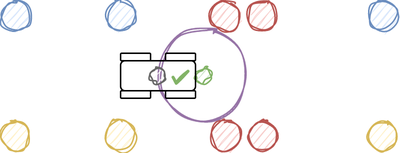
Earlier version of the draw.io export img/Path_Planner_Start_Finish_Detector_2.png (Beomar97/path-planning-docs). Source tidied: cells renumbered, new cells last; positions are measured from the earlier drawing's top-left corner, leaving out a move shared by most shapes. Source of this version:
```xml
<mxGraphModel>
  <root>
    <mxCell id="0" />
    <mxCell id="1" parent="0" />
    <mxCell id="2" style="ellipse;whiteSpace=wrap;html=1;sketch=1;fillColor=#dae8fc;strokeColor=#6c8ebf;fontFamily=Helvetica;" parent="1" vertex="1">
      <mxGeometry x="245" width="20" height="20" as="geometry" />
    </mxCell>
    <mxCell id="3" style="ellipse;whiteSpace=wrap;html=1;sketch=1;fillColor=#fff2cc;strokeColor=#d6b656;fontFamily=Helvetica;" parent="1" vertex="1">
      <mxGeometry x="245" y="80" width="20" height="20" as="geometry" />
    </mxCell>
    <mxCell id="4" style="ellipse;whiteSpace=wrap;html=1;sketch=1;fillColor=#f8cecc;strokeColor=#b85450;fontFamily=Helvetica;" parent="1" vertex="1">
      <mxGeometry x="165" width="20" height="20" as="geometry" />
    </mxCell>
    <mxCell id="5" style="ellipse;whiteSpace=wrap;html=1;sketch=1;fillColor=#f8cecc;strokeColor=#b85450;fontFamily=Helvetica;" parent="1" vertex="1">
      <mxGeometry x="165" y="80" width="20" height="20" as="geometry" />
    </mxCell>
    <mxCell id="6" style="ellipse;whiteSpace=wrap;html=1;sketch=1;fillColor=#f8cecc;strokeColor=#b85450;fontFamily=Helvetica;" parent="1" vertex="1">
      <mxGeometry x="140" width="20" height="20" as="geometry" />
    </mxCell>
    <mxCell id="7" style="ellipse;whiteSpace=wrap;html=1;sketch=1;fillColor=#f8cecc;strokeColor=#b85450;fontFamily=Helvetica;" parent="1" vertex="1">
      <mxGeometry x="140" y="80" width="20" height="20" as="geometry" />
    </mxCell>
    <mxCell id="8" style="ellipse;whiteSpace=wrap;html=1;sketch=1;fillColor=#dae8fc;strokeColor=#6c8ebf;fontFamily=Helvetica;" parent="1" vertex="1">
      <mxGeometry x="70" width="20" height="20" as="geometry" />
    </mxCell>
    <mxCell id="9" style="ellipse;whiteSpace=wrap;html=1;sketch=1;fillColor=#fff2cc;strokeColor=#d6b656;fontFamily=Helvetica;" parent="1" vertex="1">
      <mxGeometry x="70" y="80" width="20" height="20" as="geometry" />
    </mxCell>
    <mxCell id="10" style="ellipse;whiteSpace=wrap;html=1;sketch=1;fillColor=#d5e8d4;strokeColor=#82b366;fontFamily=Helvetica;" parent="1" vertex="1">
      <mxGeometry x="130" y="45" width="10" height="10" as="geometry" />
    </mxCell>
    <mxCell id="11" style="ellipse;whiteSpace=wrap;html=1;sketch=1;fillColor=none;strokeColor=#9673a6;fontFamily=Helvetica;" parent="1" vertex="1">
      <mxGeometry x="105" y="20" width="60" height="60" as="geometry" />
    </mxCell>
    <mxCell id="12" style="group;" parent="1" vertex="1">
      <mxGeometry x="80" y="35" width="50" height="30" as="geometry" />
    </mxCell>
    <mxCell id="13" style="rounded=1;whiteSpace=wrap;html=1;fillColor=none;" parent="12" vertex="1">
      <mxGeometry y="5" width="50" height="20" as="geometry" />
    </mxCell>
    <mxCell id="14" style="rounded=1;whiteSpace=wrap;html=1;fillColor=none;" parent="12" vertex="1">
      <mxGeometry width="20" height="5" as="geometry" />
    </mxCell>
    <mxCell id="15" style="rounded=1;whiteSpace=wrap;html=1;fillColor=none;" parent="12" vertex="1">
      <mxGeometry y="25" width="20" height="5" as="geometry" />
    </mxCell>
    <mxCell id="16" style="rounded=1;whiteSpace=wrap;html=1;fillColor=none;" parent="12" vertex="1">
      <mxGeometry x="30" width="20" height="5" as="geometry" />
    </mxCell>
    <mxCell id="17" style="rounded=1;whiteSpace=wrap;html=1;fillColor=none;" parent="12" vertex="1">
      <mxGeometry x="30" y="25" width="20" height="5" as="geometry" />
    </mxCell>
    <mxCell id="18" style="ellipse;whiteSpace=wrap;html=1;sketch=1;fillColor=#f5f5f5;strokeColor=#666666;fontFamily=Helvetica;fontColor=#333333;" parent="12" vertex="1">
      <mxGeometry x="20" y="10" width="10" height="10" as="geometry" />
    </mxCell>
    <mxCell id="19" style="html=1;verticalLabelPosition=bottom;labelBackgroundColor=#ffffff;verticalAlign=top;shadow=0;dashed=0;strokeWidth=2;shape=mxgraph.ios7.misc.check;strokeColor=#82b366;sketch=1;fontFamily=Comic Sans MS;fillColor=#d5e8d4;" parent="12" vertex="1">
      <mxGeometry x="35" y="12" width="10" height="8" as="geometry" />
    </mxCell>
    <mxCell id="20" style="ellipse;whiteSpace=wrap;html=1;sketch=1;fillColor=#dae8fc;strokeColor=#6c8ebf;fontFamily=Helvetica;" parent="1" vertex="1">
      <mxGeometry width="20" height="20" as="geometry" />
    </mxCell>
    <mxCell id="21" style="ellipse;whiteSpace=wrap;html=1;sketch=1;fillColor=#fff2cc;strokeColor=#d6b656;fontFamily=Helvetica;" parent="1" vertex="1">
      <mxGeometry y="80" width="20" height="20" as="geometry" />
    </mxCell>
  </root>
</mxGraphModel>
```
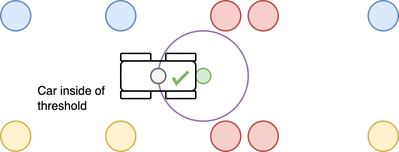
After the change.

The edit, as a diff of the source:
```diff
@@ -2,65 +2,68 @@
   <root>
     <mxCell id="0" />
     <mxCell id="1" parent="0" />
-    <mxCell id="2" style="ellipse;whiteSpace=wrap;html=1;sketch=1;fillColor=#dae8fc;strokeColor=#6c8ebf;fontFamily=Helvetica;" parent="1" vertex="1">
+    <mxCell id="2" style="ellipse;whiteSpace=wrap;html=1;sketch=0;fillColor=#dae8fc;strokeColor=#6c8ebf;fontFamily=Helvetica;" parent="1" vertex="1">
       <mxGeometry x="245" width="20" height="20" as="geometry" />
     </mxCell>
-    <mxCell id="3" style="ellipse;whiteSpace=wrap;html=1;sketch=1;fillColor=#fff2cc;strokeColor=#d6b656;fontFamily=Helvetica;" parent="1" vertex="1">
+    <mxCell id="3" style="ellipse;whiteSpace=wrap;html=1;sketch=0;fillColor=#fff2cc;strokeColor=#d6b656;fontFamily=Helvetica;" parent="1" vertex="1">
       <mxGeometry x="245" y="80" width="20" height="20" as="geometry" />
     </mxCell>
-    <mxCell id="4" style="ellipse;whiteSpace=wrap;html=1;sketch=1;fillColor=#f8cecc;strokeColor=#b85450;fontFamily=Helvetica;" parent="1" vertex="1">
+    <mxCell id="4" style="ellipse;whiteSpace=wrap;html=1;sketch=0;fillColor=#f8cecc;strokeColor=#b85450;fontFamily=Helvetica;" parent="1" vertex="1">
       <mxGeometry x="165" width="20" height="20" as="geometry" />
     </mxCell>
-    <mxCell id="5" style="ellipse;whiteSpace=wrap;html=1;sketch=1;fillColor=#f8cecc;strokeColor=#b85450;fontFamily=Helvetica;" parent="1" vertex="1">
+    <mxCell id="5" style="ellipse;whiteSpace=wrap;html=1;sketch=0;fillColor=#f8cecc;strokeColor=#b85450;fontFamily=Helvetica;" parent="1" vertex="1">
       <mxGeometry x="165" y="80" width="20" height="20" as="geometry" />
     </mxCell>
-    <mxCell id="6" style="ellipse;whiteSpace=wrap;html=1;sketch=1;fillColor=#f8cecc;strokeColor=#b85450;fontFamily=Helvetica;" parent="1" vertex="1">
+    <mxCell id="6" style="ellipse;whiteSpace=wrap;html=1;sketch=0;fillColor=#f8cecc;strokeColor=#b85450;fontFamily=Helvetica;" parent="1" vertex="1">
       <mxGeometry x="140" width="20" height="20" as="geometry" />
     </mxCell>
-    <mxCell id="7" style="ellipse;whiteSpace=wrap;html=1;sketch=1;fillColor=#f8cecc;strokeColor=#b85450;fontFamily=Helvetica;" parent="1" vertex="1">
+    <mxCell id="7" style="ellipse;whiteSpace=wrap;html=1;sketch=0;fillColor=#f8cecc;strokeColor=#b85450;fontFamily=Helvetica;" parent="1" vertex="1">
       <mxGeometry x="140" y="80" width="20" height="20" as="geometry" />
     </mxCell>
-    <mxCell id="8" style="ellipse;whiteSpace=wrap;html=1;sketch=1;fillColor=#dae8fc;strokeColor=#6c8ebf;fontFamily=Helvetica;" parent="1" vertex="1">
+    <mxCell id="8" style="ellipse;whiteSpace=wrap;html=1;sketch=0;fillColor=#dae8fc;strokeColor=#6c8ebf;fontFamily=Helvetica;" parent="1" vertex="1">
       <mxGeometry x="70" width="20" height="20" as="geometry" />
     </mxCell>
-    <mxCell id="9" style="ellipse;whiteSpace=wrap;html=1;sketch=1;fillColor=#fff2cc;strokeColor=#d6b656;fontFamily=Helvetica;" parent="1" vertex="1">
+    <mxCell id="9" style="ellipse;whiteSpace=wrap;html=1;sketch=0;fillColor=#fff2cc;strokeColor=#d6b656;fontFamily=Helvetica;" parent="1" vertex="1">
       <mxGeometry x="70" y="80" width="20" height="20" as="geometry" />
     </mxCell>
-    <mxCell id="10" style="ellipse;whiteSpace=wrap;html=1;sketch=1;fillColor=#d5e8d4;strokeColor=#82b366;fontFamily=Helvetica;" parent="1" vertex="1">
+    <mxCell id="10" style="ellipse;whiteSpace=wrap;html=1;sketch=0;fillColor=#d5e8d4;strokeColor=#82b366;fontFamily=Helvetica;" parent="1" vertex="1">
       <mxGeometry x="130" y="45" width="10" height="10" as="geometry" />
     </mxCell>
-    <mxCell id="11" style="ellipse;whiteSpace=wrap;html=1;sketch=1;fillColor=none;strokeColor=#9673a6;fontFamily=Helvetica;" parent="1" vertex="1">
+    <mxCell id="11" style="ellipse;whiteSpace=wrap;html=1;sketch=0;fillColor=none;strokeColor=#9673a6;fontFamily=Helvetica;" parent="1" vertex="1">
       <mxGeometry x="105" y="20" width="60" height="60" as="geometry" />
     </mxCell>
-    <mxCell id="12" style="group;" parent="1" vertex="1">
+    <mxCell id="12" style="group;sketch=0;" parent="1" vertex="1">
       <mxGeometry x="80" y="35" width="50" height="30" as="geometry" />
     </mxCell>
-    <mxCell id="13" style="rounded=1;whiteSpace=wrap;html=1;fillColor=none;" parent="12" vertex="1">
+    <mxCell id="13" style="rounded=1;whiteSpace=wrap;html=1;fillColor=none;sketch=0;" parent="12" vertex="1">
       <mxGeometry y="5" width="50" height="20" as="geometry" />
     </mxCell>
-    <mxCell id="14" style="rounded=1;whiteSpace=wrap;html=1;fillColor=none;" parent="12" vertex="1">
+    <mxCell id="14" style="rounded=1;whiteSpace=wrap;html=1;fillColor=none;sketch=0;" parent="12" vertex="1">
       <mxGeometry width="20" height="5" as="geometry" />
     </mxCell>
-    <mxCell id="15" style="rounded=1;whiteSpace=wrap;html=1;fillColor=none;" parent="12" vertex="1">
+    <mxCell id="15" style="rounded=1;whiteSpace=wrap;html=1;fillColor=none;sketch=0;" parent="12" vertex="1">
       <mxGeometry y="25" width="20" height="5" as="geometry" />
     </mxCell>
-    <mxCell id="16" style="rounded=1;whiteSpace=wrap;html=1;fillColor=none;" parent="12" vertex="1">
+    <mxCell id="16" style="rounded=1;whiteSpace=wrap;html=1;fillColor=none;sketch=0;" parent="12" vertex="1">
       <mxGeometry x="30" width="20" height="5" as="geometry" />
     </mxCell>
-    <mxCell id="17" style="rounded=1;whiteSpace=wrap;html=1;fillColor=none;" parent="12" vertex="1">
+    <mxCell id="17" style="rounded=1;whiteSpace=wrap;html=1;fillColor=none;sketch=0;" parent="12" vertex="1">
       <mxGeometry x="30" y="25" width="20" height="5" as="geometry" />
     </mxCell>
-    <mxCell id="18" style="ellipse;whiteSpace=wrap;html=1;sketch=1;fillColor=#f5f5f5;strokeColor=#666666;fontFamily=Helvetica;fontColor=#333333;" parent="12" vertex="1">
+    <mxCell id="18" style="ellipse;whiteSpace=wrap;html=1;sketch=0;fillColor=#f5f5f5;strokeColor=#666666;fontFamily=Helvetica;fontColor=#333333;" parent="12" vertex="1">
       <mxGeometry x="20" y="10" width="10" height="10" as="geometry" />
     </mxCell>
-    <mxCell id="19" style="html=1;verticalLabelPosition=bottom;labelBackgroundColor=#ffffff;verticalAlign=top;shadow=0;dashed=0;strokeWidth=2;shape=mxgraph.ios7.misc.check;strokeColor=#82b366;sketch=1;fontFamily=Comic Sans MS;fillColor=#d5e8d4;" parent="12" vertex="1">
+    <mxCell id="19" style="html=1;verticalLabelPosition=bottom;labelBackgroundColor=#ffffff;verticalAlign=top;shadow=0;dashed=0;strokeWidth=2;shape=mxgraph.ios7.misc.check;strokeColor=#82b366;sketch=0;fontFamily=Comic Sans MS;fillColor=#d5e8d4;" parent="12" vertex="1">
       <mxGeometry x="35" y="12" width="10" height="8" as="geometry" />
     </mxCell>
-    <mxCell id="20" style="ellipse;whiteSpace=wrap;html=1;sketch=1;fillColor=#dae8fc;strokeColor=#6c8ebf;fontFamily=Helvetica;" parent="1" vertex="1">
+    <mxCell id="20" style="ellipse;whiteSpace=wrap;html=1;sketch=0;fillColor=#dae8fc;strokeColor=#6c8ebf;fontFamily=Helvetica;" parent="1" vertex="1">
       <mxGeometry width="20" height="20" as="geometry" />
     </mxCell>
-    <mxCell id="21" style="ellipse;whiteSpace=wrap;html=1;sketch=1;fillColor=#fff2cc;strokeColor=#d6b656;fontFamily=Helvetica;" parent="1" vertex="1">
+    <mxCell id="21" style="ellipse;whiteSpace=wrap;html=1;sketch=0;fillColor=#fff2cc;strokeColor=#d6b656;fontFamily=Helvetica;" parent="1" vertex="1">
       <mxGeometry y="80" width="20" height="20" as="geometry" />
     </mxCell>
+    <mxCell id="22" value="Car inside of threshold" style="text;html=1;strokeColor=none;fillColor=none;align=left;verticalAlign=middle;whiteSpace=wrap;rounded=0;fontFamily=Helvetica;fontSize=8;" parent="1" vertex="1">
+      <mxGeometry x="23" y="60" width="47" height="10" as="geometry" />
+    </mxCell>
   </root>
 </mxGraphModel>
```
